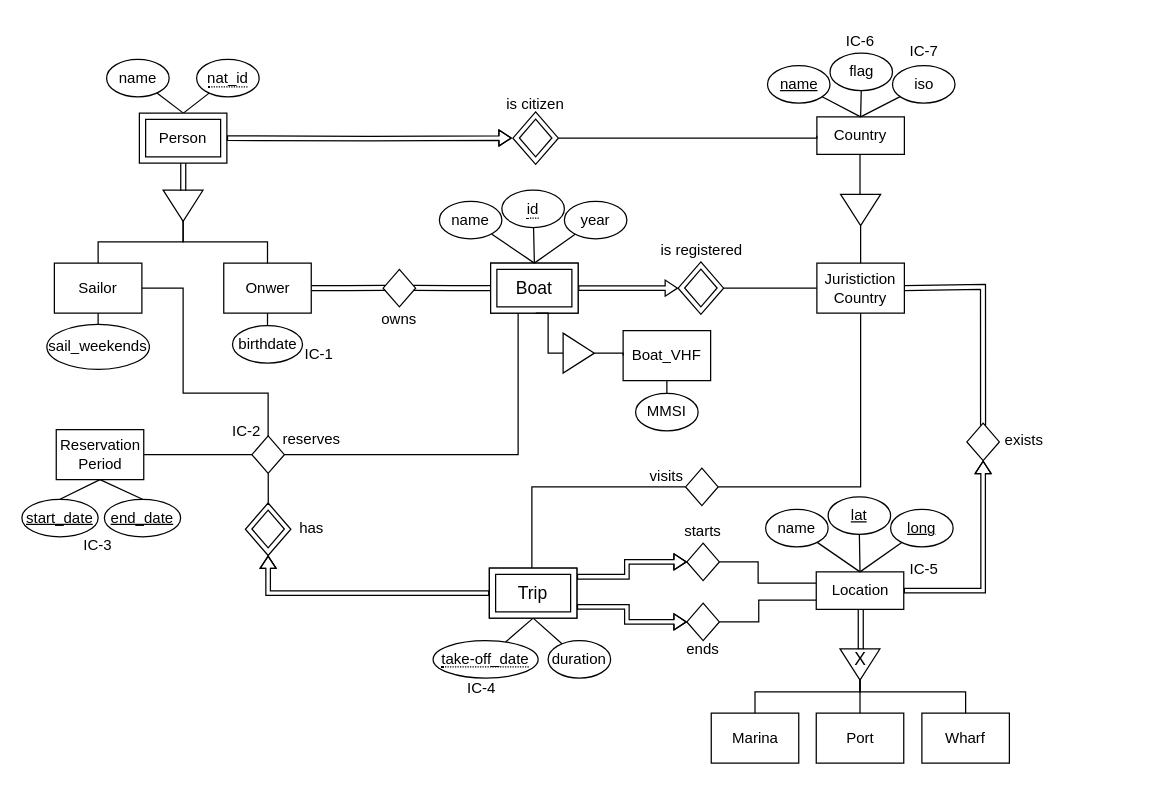
Before: Project/proj1_diag_entity_association_v7.drawio in jamilsonjr/labs-and-project, a draw.io diagram. Source tidied: cells renumbered, new cells numbered last; positions are measured from the earlier drawing's top-left corner, leaving out a move shared by most shapes. Both pictures are drawn from the tidied source at 125%, with x=0, y=0 at pixel (21, 21).
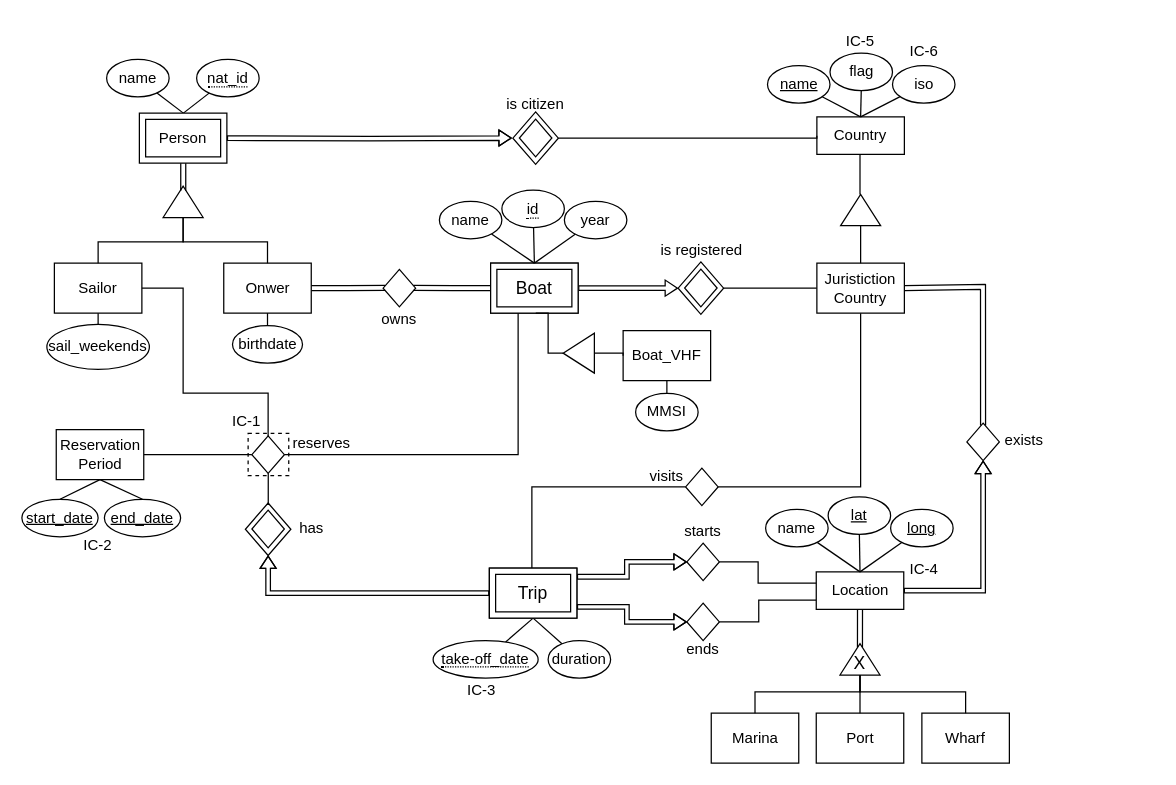
The same page after the edit.

The change refers to these unchanged cells:
```xml
<mxCell id="46" value="Location" style="rounded=0;whiteSpace=wrap;html=1;" parent="1" vertex="1">
  <mxGeometry x="635.5" y="440" width="70" height="30" as="geometry" />
</mxCell>
```

Diff of the diagram source:
```diff
@@
-    <mxCell id="30" value="IC-4" style="text;html=1;strokeColor=none;fillColor=none;align=center;verticalAlign=middle;whiteSpace=wrap;rounded=0;fontColor=#000000;" parent="1" vertex="1">
-      <mxGeometry x="345" y="518" width="46" height="30" as="geometry" />
+    <mxCell id="30" value="IC-3" style="text;html=1;strokeColor=none;fillColor=none;align=center;verticalAlign=middle;whiteSpace=wrap;rounded=0;fontColor=#000000;" parent="1" vertex="1">
+      <mxGeometry x="345" y="520" width="46" height="30" as="geometry" />
     </mxCell>
+    <mxCell id="32" style="group;rounded=0;shadow=0;sketch=0;fontSize=14;strokeColor=default;strokeWidth=1;fillColor=default;gradientColor=none;" parent="1" vertex="1">
+      <mxGeometry x="375" y="193" width="70" height="40" as="geometry" />
+    </mxCell>
-    <mxCell id="31" style="triangle;whiteSpace=wrap;html=1;rotation=0;direction=east;" parent="1" vertex="1">
+    <mxCell id="31" style="triangle;whiteSpace=wrap;html=1;rotation=0;direction=west;fillColor=default;" parent="1" vertex="1">
       <mxGeometry x="433" y="249" width="25" height="32" as="geometry" />
     </mxCell>
-    <mxCell id="32" style="group;rounded=0;shadow=0;sketch=0;fontSize=14;strokeColor=default;strokeWidth=1;fillColor=default;gradientColor=none;" parent="1" vertex="1">
-      <mxGeometry x="375" y="193" width="70" height="40" as="geometry" />
-    </mxCell>
@@
-    <mxCell id="37" value="IC-6" style="text;html=1;strokeColor=none;fillColor=none;align=center;verticalAlign=middle;whiteSpace=wrap;rounded=0;fontColor=#000000;" parent="1" vertex="1">
+    <mxCell id="37" value="IC-5" style="text;html=1;strokeColor=none;fillColor=none;align=center;verticalAlign=middle;whiteSpace=wrap;rounded=0;fontColor=#000000;" parent="1" vertex="1">
       <mxGeometry x="648" width="45.8" height="32" as="geometry" />
     </mxCell>
@@
-    <mxCell id="51" value="IC-5" style="text;html=1;strokeColor=none;fillColor=none;align=center;verticalAlign=middle;whiteSpace=wrap;rounded=0;fontColor=#000000;" parent="1" vertex="1">
+    <mxCell id="51" value="IC-4" style="text;html=1;strokeColor=none;fillColor=none;align=center;verticalAlign=middle;whiteSpace=wrap;rounded=0;fontColor=#000000;" parent="1" vertex="1">
       <mxGeometry x="699" y="423" width="46" height="30" as="geometry" />
     </mxCell>
-    <mxCell id="52" style="triangle;whiteSpace=wrap;html=1;rotation=-90;direction=west;" parent="1" vertex="1">
+    <mxCell id="52" style="triangle;whiteSpace=wrap;html=1;rotation=-90;direction=east;" parent="1" vertex="1">
       <mxGeometry x="658.5" y="134.5" width="25" height="32" as="geometry" />
     </mxCell>
@@
-    <mxCell id="62" value="IC-7" style="text;html=1;strokeColor=none;fillColor=none;align=center;verticalAlign=middle;whiteSpace=wrap;rounded=0;fontColor=#000000;" parent="1" vertex="1">
+    <mxCell id="62" value="IC-6" style="text;html=1;strokeColor=none;fillColor=none;align=center;verticalAlign=middle;whiteSpace=wrap;rounded=0;fontColor=#000000;" parent="1" vertex="1">
       <mxGeometry x="698.5" y="9" width="46" height="30" as="geometry" />
     </mxCell>
-    <mxCell id="63" value="&lt;p style=&quot;line-height: 0&quot;&gt;&lt;br&gt;&lt;/p&gt;" style="triangle;whiteSpace=wrap;html=1;rotation=-90;rounded=0;shadow=0;sketch=0;strokeWidth=1;fillColor=default;gradientColor=none;strokeColor=default;portConstraintRotation=1;snapToPoint=1;direction=west;" parent="1" vertex="1">
-      <mxGeometry x="658" y="498" width="25" height="32" as="geometry" />
+    <mxCell id="63" value="&lt;p style=&quot;line-height: 0&quot;&gt;&lt;br&gt;&lt;/p&gt;" style="triangle;whiteSpace=wrap;html=1;rotation=-90;rounded=0;shadow=0;sketch=0;strokeWidth=1;fillColor=default;gradientColor=none;strokeColor=default;portConstraintRotation=1;snapToPoint=1;direction=east;" parent="1" vertex="1">
+      <mxGeometry x="658" y="494" width="25" height="32" as="geometry" />
     </mxCell>
     <mxCell id="64" value="&lt;font style=&quot;font-size: 14px&quot;&gt;X&lt;/font&gt;" style="text;html=1;strokeColor=none;fillColor=none;align=center;verticalAlign=middle;whiteSpace=wrap;rounded=0;shadow=0;sketch=0;rotation=0;" parent="1" vertex="1">
-      <mxGeometry x="640.5" y="495" width="60" height="30" as="geometry" />
+      <mxGeometry x="661.8" y="503" width="16.5" height="19" as="geometry" />
     </mxCell>
@@
-    <mxCell id="79" value="&lt;p style=&quot;line-height: 0&quot;&gt;&lt;br&gt;&lt;/p&gt;" style="triangle;whiteSpace=wrap;html=1;rotation=-90;rounded=0;shadow=0;sketch=0;strokeWidth=1;fillColor=default;gradientColor=none;strokeColor=default;portConstraintRotation=1;snapToPoint=1;direction=west;" parent="1" vertex="1">
-      <mxGeometry x="116.5" y="131" width="25" height="32" as="geometry" />
+    <mxCell id="79" value="&lt;p style=&quot;line-height: 0&quot;&gt;&lt;br&gt;&lt;/p&gt;" style="triangle;whiteSpace=wrap;html=1;rotation=-90;rounded=0;shadow=0;sketch=0;strokeWidth=1;fillColor=default;gradientColor=none;strokeColor=default;portConstraintRotation=1;snapToPoint=1;direction=east;" parent="1" vertex="1">
+      <mxGeometry x="116.5" y="128" width="25" height="32" as="geometry" />
     </mxCell>
@@
-    <mxCell id="93" style="edgeStyle=orthogonalEdgeStyle;rounded=0;jettySize=auto;html=1;fontColor=#000000;startArrow=none;startFill=0;endArrow=none;endFill=0;shape=link;startSize=5;exitX=0.51;exitY=0.233;exitDx=0;exitDy=0;exitPerimeter=0;" parent="1" edge="1" source="64">
-      <mxGeometry relative="1" as="geometry">
-        <mxPoint x="671.1" y="470" as="targetPoint" />
-      </mxGeometry>
-    </mxCell>
@@
     <mxCell id="107" value="reserves" style="text;html=1;strokeColor=none;fillColor=none;align=center;verticalAlign=middle;whiteSpace=wrap;rounded=0;shadow=0;sketch=0;" parent="1" vertex="1">
-      <mxGeometry x="202" y="319" width="60" height="30" as="geometry" />
+      <mxGeometry x="210" y="322" width="60" height="30" as="geometry" />
     </mxCell>
@@
-    <mxCell id="114" style="edgeStyle=orthogonalEdgeStyle;rounded=0;jettySize=auto;html=1;fontColor=#000000;startArrow=none;startFill=0;endArrow=none;endFill=0;exitX=0;exitY=0.5;exitDx=0;exitDy=0;" parent="1" edge="1" source="31">
+    <mxCell id="114" style="edgeStyle=orthogonalEdgeStyle;rounded=0;orthogonalLoop=1;jettySize=auto;html=1;fontColor=#000000;startArrow=none;startFill=0;endArrow=none;endFill=0;" parent="1" edge="1">
       <mxGeometry relative="1" as="geometry">
+        <mxPoint x="433" y="265" as="sourcePoint" />
         <mxPoint x="411.1" y="233" as="targetPoint" />
         <Array as="points">
           <mxPoint x="421" y="265" />
           <mxPoint x="421" y="233" />
         </Array>
       </mxGeometry>
     </mxCell>
-    <mxCell id="115" style="edgeStyle=orthogonalEdgeStyle;rounded=0;jettySize=auto;html=1;fontColor=#000000;startArrow=none;startFill=0;endArrow=none;endFill=0;entryX=1;entryY=0.5;entryDx=0;entryDy=0;" parent="1" edge="1" target="31">
+    <mxCell id="115" style="edgeStyle=orthogonalEdgeStyle;rounded=0;jettySize=auto;html=1;fontColor=#000000;startArrow=none;startFill=0;endArrow=none;endFill=0;entryX=0;entryY=0.5;entryDx=0;entryDy=0;" parent="1" edge="1" target="31">
       <mxGeometry relative="1" as="geometry">
         <mxPoint x="481" y="267" as="sourcePoint" />
         <Array as="points">
-          <mxPoint x="481" y="267" />
           <mxPoint x="481" y="265" />
         </Array>
       </mxGeometry>
     </mxCell>
@@
-    <mxCell id="118" value="IC-1" style="text;html=1;strokeColor=none;fillColor=none;align=center;verticalAlign=middle;whiteSpace=wrap;rounded=0;fontColor=#000000;" parent="1" vertex="1">
-      <mxGeometry x="215.2" y="251" width="46" height="30" as="geometry" />
-    </mxCell>
-    <mxCell id="119" value="IC-2" style="text;html=1;strokeColor=none;fillColor=none;align=center;verticalAlign=middle;whiteSpace=wrap;rounded=0;shadow=0;sketch=0;" parent="1" vertex="1">
-      <mxGeometry x="150" y="313" width="60" height="30" as="geometry" />
+    <mxCell id="119" value="IC-1" style="text;html=1;strokeColor=none;fillColor=none;align=center;verticalAlign=middle;whiteSpace=wrap;rounded=0;shadow=0;sketch=0;" parent="1" vertex="1">
+      <mxGeometry x="150" y="305" width="60" height="30" as="geometry" />
     </mxCell>
-    <mxCell id="120" value="IC-3" style="text;html=1;strokeColor=none;fillColor=none;align=center;verticalAlign=middle;whiteSpace=wrap;rounded=0;shadow=0;sketch=0;" parent="1" vertex="1">
+    <mxCell id="120" value="IC-2" style="text;html=1;strokeColor=none;fillColor=none;align=center;verticalAlign=middle;whiteSpace=wrap;rounded=0;shadow=0;sketch=0;" parent="1" vertex="1">
       <mxGeometry x="31" y="404" width="60" height="30" as="geometry" />
     </mxCell>
@@
+    <mxCell id="122" style="edgeStyle=orthogonalEdgeStyle;rounded=0;jettySize=auto;html=1;fontColor=#000000;startArrow=none;startFill=0;endArrow=none;endFill=0;shape=link;startSize=5;entryX=0.5;entryY=1;entryDx=0;entryDy=0;exitX=0.886;exitY=0.499;exitDx=0;exitDy=0;exitPerimeter=0;" parent="1" edge="1" source="63" target="46">
+      <mxGeometry relative="1" as="geometry" />
+    </mxCell>
+    <mxCell id="123" style="rounded=0;whiteSpace=wrap;html=1;fillColor=none;dashed=1;" parent="1" vertex="1">
+      <mxGeometry x="181" y="329.2" width="32.5" height="33.8" as="geometry" />
+    </mxCell>
```
